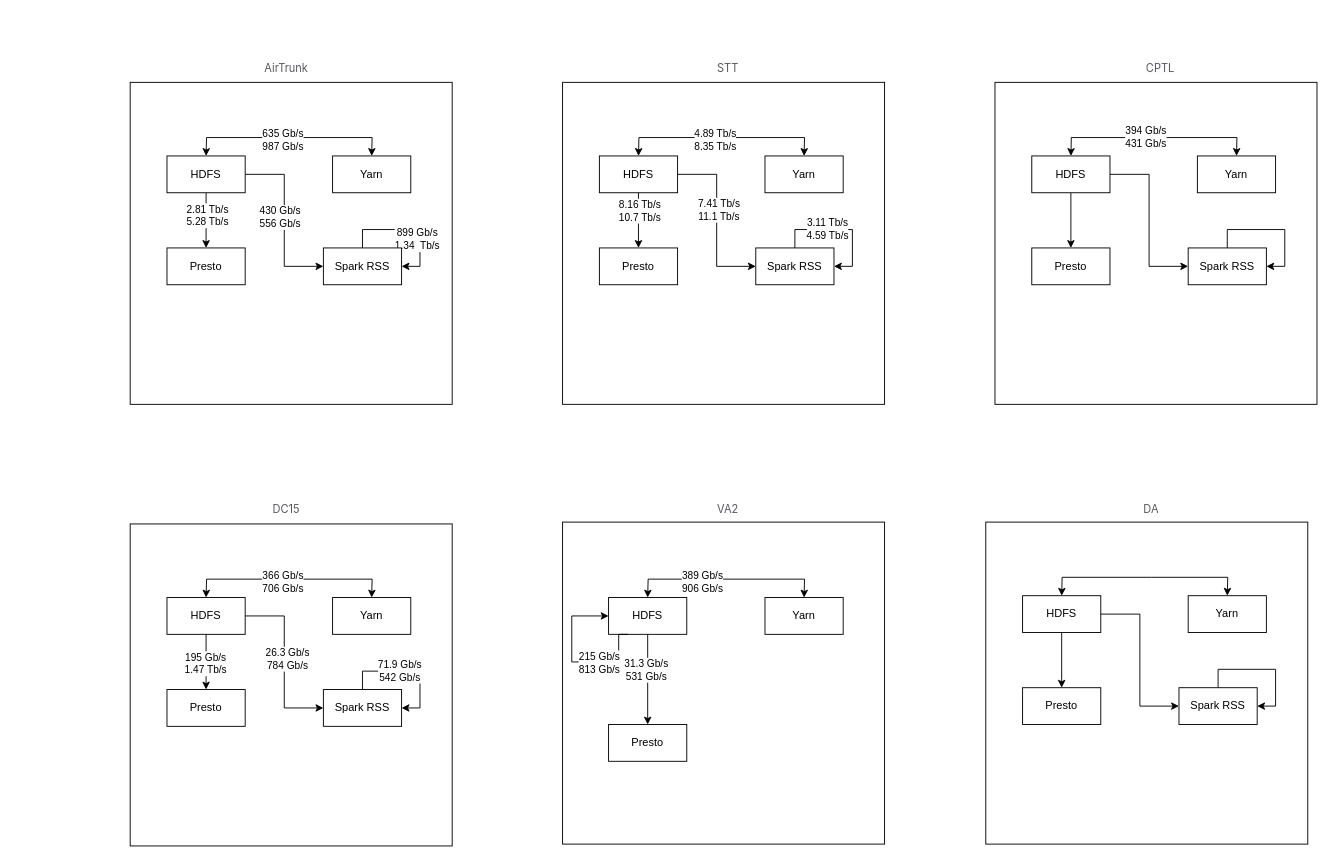
The draw.io diagram module_high_traffic.drawio in pretendhigh/diagrams, before the edit. Source tidied: cells renumbered, new cells numbered last; positions are measured from the earlier drawing's top-left corner, leaving out a move shared by most shapes. Both pictures are drawn from the tidied source at 92%, with x=0, y=0 at pixel (130, 54).
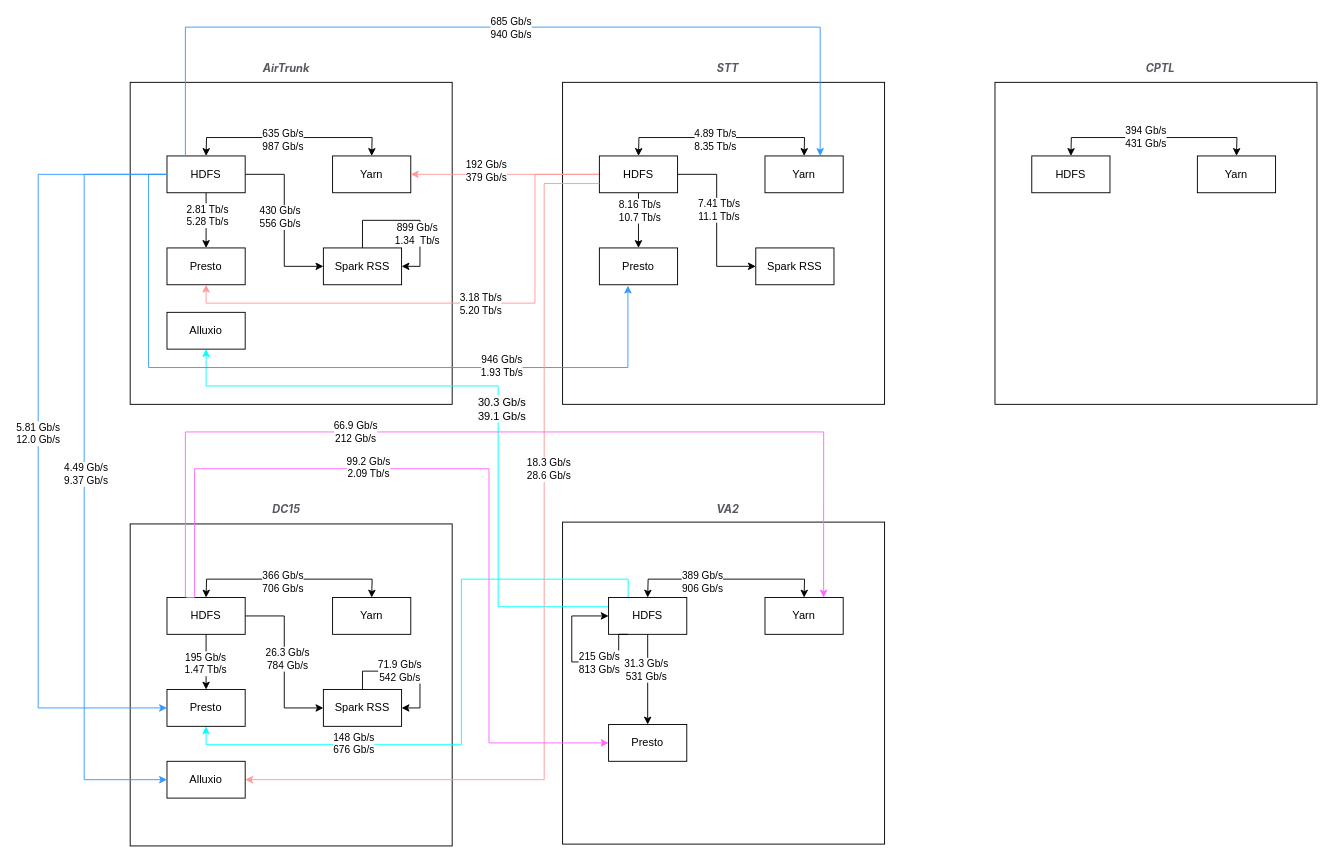
Above is the later version.

The change refers to these unchanged cells:
```xml
<mxCell id="8" value="HDFS" style="rounded=0;whiteSpace=wrap;html=1;" parent="1" vertex="1">
  <mxGeometry x="40" y="110" width="85" height="40" as="geometry" />
</mxCell>
<mxCell id="9" value="Yarn" style="rounded=0;whiteSpace=wrap;html=1;" parent="1" vertex="1">
  <mxGeometry x="220" y="110" width="85" height="40" as="geometry" />
</mxCell>
<mxCell id="10" value="Presto" style="rounded=0;whiteSpace=wrap;html=1;" parent="1" vertex="1">
  <mxGeometry x="40" y="210" width="85" height="40" as="geometry" />
</mxCell>
<mxCell id="13" value="Spark RSS" style="rounded=0;whiteSpace=wrap;html=1;" parent="1" vertex="1">
  <mxGeometry x="210" y="210" width="85" height="40" as="geometry" />
</mxCell>
<mxCell id="21" value="HDFS" style="rounded=0;whiteSpace=wrap;html=1;" parent="1" vertex="1">
  <mxGeometry x="510" y="110" width="85" height="40" as="geometry" />
</mxCell>
<mxCell id="23" value="Presto" style="rounded=0;whiteSpace=wrap;html=1;" parent="1" vertex="1">
  <mxGeometry x="510" y="210" width="85" height="40" as="geometry" />
</mxCell>
<mxCell id="26" value="Spark RSS" style="rounded=0;whiteSpace=wrap;html=1;" parent="1" vertex="1">
  <mxGeometry x="680" y="210" width="85" height="40" as="geometry" />
</mxCell>
<mxCell id="36" value="HDFS" style="rounded=0;whiteSpace=wrap;html=1;" parent="1" vertex="1">
  <mxGeometry x="40" y="590" width="85" height="40" as="geometry" />
</mxCell>
<mxCell id="38" value="Presto" style="rounded=0;whiteSpace=wrap;html=1;" parent="1" vertex="1">
  <mxGeometry x="40" y="690" width="85" height="40" as="geometry" />
</mxCell>
<mxCell id="47" value="HDFS" style="rounded=0;whiteSpace=wrap;html=1;" parent="1" vertex="1">
  <mxGeometry x="520" y="590" width="85" height="40" as="geometry" />
</mxCell>
<mxCell id="48" value="Yarn" style="rounded=0;whiteSpace=wrap;html=1;" parent="1" vertex="1">
  <mxGeometry x="690" y="590" width="85" height="40" as="geometry" />
</mxCell>
<mxCell id="49" value="Presto" style="rounded=0;whiteSpace=wrap;html=1;" parent="1" vertex="1">
  <mxGeometry x="520" y="728" width="85" height="40" as="geometry" />
</mxCell>
<mxCell id="56" value="HDFS" style="rounded=0;whiteSpace=wrap;html=1;" parent="1" vertex="1">
  <mxGeometry x="980" y="110" width="85" height="40" as="geometry" />
</mxCell>
```

What changed in the source:
```diff
@@
-    <mxCell id="3" value="&lt;span style=&quot;color: rgb(87, 89, 97); font-family: -apple-system, &amp;quot;system-ui&amp;quot;, &amp;quot;PingFang SC&amp;quot;, &amp;quot;Microsoft YaHei&amp;quot;, &amp;quot;Helvetica Neue&amp;quot;, Arial; text-align: left; background-color: rgb(255, 255, 255);&quot;&gt;AirTrunk&lt;/span&gt;" style="text;strokeColor=none;align=center;fillColor=none;html=1;verticalAlign=middle;whiteSpace=wrap;rounded=0;" parent="1" vertex="1">
+    <mxCell id="3" value="&lt;span style=&quot;color: rgb(87, 89, 97); font-family: -apple-system, &amp;quot;system-ui&amp;quot;, &amp;quot;PingFang SC&amp;quot;, &amp;quot;Microsoft YaHei&amp;quot;, &amp;quot;Helvetica Neue&amp;quot;, Arial; text-align: left; background-color: rgb(255, 255, 255);&quot;&gt;&lt;i&gt;&lt;b&gt;AirTrunk&lt;/b&gt;&lt;/i&gt;&lt;/span&gt;" style="text;strokeColor=none;align=center;fillColor=none;html=1;verticalAlign=middle;whiteSpace=wrap;rounded=0;" parent="1" vertex="1">
       <mxGeometry x="140" width="60" height="30" as="geometry" />
     </mxCell>
@@
     <mxCell id="11" style="edgeStyle=orthogonalEdgeStyle;rounded=0;orthogonalLoop=1;jettySize=auto;html=1;entryX=1;entryY=0.5;entryDx=0;entryDy=0;" parent="1" edge="1" source="13" target="13">
-      <mxGeometry relative="1" as="geometry" />
+      <mxGeometry relative="1" as="geometry">
+        <Array as="points">
+          <mxPoint x="253" y="180" />
+          <mxPoint x="315" y="180" />
+          <mxPoint x="315" y="230" />
+        </Array>
+      </mxGeometry>
     </mxCell>
@@
+    <mxCell id="76" style="edgeStyle=orthogonalEdgeStyle;rounded=0;jettySize=auto;html=1;entryX=0.5;entryY=1;entryDx=0;entryDy=0;strokeColor=#FF9999;" parent="1" edge="1" source="21" target="10">
+      <mxGeometry relative="1" as="geometry">
+        <Array as="points">
+          <mxPoint x="440" y="130" />
+          <mxPoint x="440" y="270" />
+          <mxPoint x="83" y="270" />
+        </Array>
+      </mxGeometry>
+    </mxCell>
+    <mxCell id="77" value="3.18 Tb/s&lt;div&gt;5.20 Tb/s&lt;/div&gt;" style="edgeLabel;html=1;align=center;verticalAlign=middle;" parent="76" vertex="1">
+      <mxGeometry x="-0.08" relative="1" as="geometry" />
+    </mxCell>
+    <mxCell id="78" style="edgeStyle=orthogonalEdgeStyle;rounded=0;jettySize=auto;html=1;strokeColor=#FF9999;" parent="1" edge="1" source="21" target="9">
+      <mxGeometry relative="1" as="geometry" />
+    </mxCell>
+    <mxCell id="79" value="192 Gb/s&lt;div&gt;379 Gb/s&lt;/div&gt;" style="edgeLabel;html=1;align=center;verticalAlign=middle;" parent="78" vertex="1">
+      <mxGeometry x="0.21" y="-4" relative="1" as="geometry" />
+    </mxCell>
@@
-    <mxCell id="24" style="edgeStyle=orthogonalEdgeStyle;rounded=0;orthogonalLoop=1;jettySize=auto;html=1;entryX=1;entryY=0.5;entryDx=0;entryDy=0;" parent="1" edge="1" source="26" target="26">
-      <mxGeometry relative="1" as="geometry" />
-    </mxCell>
-    <mxCell id="25" value="3.11 Tb/s&lt;div&gt;4.59 Tb/s&lt;/div&gt;" style="edgeLabel;html=1;align=center;verticalAlign=middle;" parent="24" vertex="1">
-      <mxGeometry x="-0.24" y="1" relative="1" as="geometry">
-        <mxPoint x="1" as="offset" />
-      </mxGeometry>
-    </mxCell>
@@
-    <mxCell id="29" value="&lt;div style=&quot;text-align: left;&quot;&gt;&lt;font face=&quot;-apple-system, system-ui, PingFang SC, Microsoft YaHei, Helvetica Neue, Arial&quot; color=&quot;#575961&quot;&gt;&lt;span style=&quot;background-color: rgb(255, 255, 255);&quot;&gt;STT&lt;/span&gt;&lt;/font&gt;&lt;/div&gt;" style="text;strokeColor=none;align=center;fillColor=none;html=1;verticalAlign=middle;whiteSpace=wrap;rounded=0;" parent="1" vertex="1">
+    <mxCell id="29" value="&lt;div style=&quot;text-align: left;&quot;&gt;&lt;font face=&quot;-apple-system, system-ui, PingFang SC, Microsoft YaHei, Helvetica Neue, Arial&quot; color=&quot;#575961&quot;&gt;&lt;span style=&quot;background-color: rgb(255, 255, 255);&quot;&gt;&lt;i&gt;&lt;b&gt;STT&lt;/b&gt;&lt;/i&gt;&lt;/span&gt;&lt;/font&gt;&lt;/div&gt;" style="text;strokeColor=none;align=center;fillColor=none;html=1;verticalAlign=middle;whiteSpace=wrap;rounded=0;" parent="1" vertex="1">
       <mxGeometry x="620" width="60" height="30" as="geometry" />
     </mxCell>
@@
-    <mxCell id="31" value="&lt;div style=&quot;text-align: left;&quot;&gt;&lt;font face=&quot;-apple-system, system-ui, PingFang SC, Microsoft YaHei, Helvetica Neue, Arial&quot; color=&quot;#575961&quot;&gt;&lt;span style=&quot;background-color: rgb(255, 255, 255);&quot;&gt;DC15&lt;/span&gt;&lt;/font&gt;&lt;/div&gt;" style="text;strokeColor=none;align=center;fillColor=none;html=1;verticalAlign=middle;whiteSpace=wrap;rounded=0;" parent="1" vertex="1">
+    <mxCell id="31" value="&lt;div style=&quot;text-align: left;&quot;&gt;&lt;font face=&quot;-apple-system, system-ui, PingFang SC, Microsoft YaHei, Helvetica Neue, Arial&quot; color=&quot;#575961&quot;&gt;&lt;span style=&quot;background-color: rgb(255, 255, 255);&quot;&gt;&lt;i&gt;&lt;b&gt;DC15&lt;/b&gt;&lt;/i&gt;&lt;/span&gt;&lt;/font&gt;&lt;/div&gt;" style="text;strokeColor=none;align=center;fillColor=none;html=1;verticalAlign=middle;whiteSpace=wrap;rounded=0;" parent="1" vertex="1">
       <mxGeometry x="140" y="480" width="60" height="30" as="geometry" />
     </mxCell>
@@
+    <mxCell id="80" style="edgeStyle=orthogonalEdgeStyle;rounded=0;jettySize=auto;html=1;entryX=0.5;entryY=1;entryDx=0;entryDy=0;exitX=0;exitY=0.25;exitDx=0;exitDy=0;strokeColor=#00FFFF;" parent="1" edge="1" source="47" target="99">
+      <mxGeometry relative="1" as="geometry">
+        <Array as="points">
+          <mxPoint x="400" y="600" />
+          <mxPoint x="400" y="360" />
+          <mxPoint x="83" y="360" />
+        </Array>
+      </mxGeometry>
+    </mxCell>
+    <mxCell id="81" value="&lt;span style=&quot;font-size: 12px; background-color: rgb(251, 251, 251);&quot;&gt;30.3 Gb/s&lt;/span&gt;&lt;div style=&quot;font-size: 12px; background-color: rgb(251, 251, 251);&quot;&gt;39.1 Gb/s&lt;/div&gt;" style="edgeLabel;html=1;align=center;verticalAlign=middle;" parent="80" vertex="1">
+      <mxGeometry x="-0.09" y="-3" relative="1" as="geometry">
+        <mxPoint y="-10" as="offset" />
+      </mxGeometry>
+    </mxCell>
+    <mxCell id="82" style="edgeStyle=orthogonalEdgeStyle;rounded=0;jettySize=auto;html=1;entryX=0.5;entryY=1;entryDx=0;entryDy=0;exitX=0.25;exitY=0;exitDx=0;exitDy=0;strokeColor=#00FFFF;" parent="1" edge="1" source="47" target="38">
+      <mxGeometry relative="1" as="geometry">
+        <Array as="points">
+          <mxPoint x="541" y="570" />
+          <mxPoint x="360" y="570" />
+          <mxPoint x="360" y="750" />
+          <mxPoint x="83" y="750" />
+        </Array>
+      </mxGeometry>
+    </mxCell>
+    <mxCell id="83" value="148 Gb/s&lt;div&gt;676 Gb/s&lt;/div&gt;" style="edgeLabel;html=1;align=center;verticalAlign=middle;" parent="82" vertex="1">
+      <mxGeometry x="0.47" y="-2" relative="1" as="geometry" />
+    </mxCell>
@@
-    <mxCell id="52" value="&lt;div style=&quot;text-align: left;&quot;&gt;&lt;font face=&quot;-apple-system, system-ui, PingFang SC, Microsoft YaHei, Helvetica Neue, Arial&quot; color=&quot;#575961&quot;&gt;&lt;span style=&quot;background-color: rgb(255, 255, 255);&quot;&gt;VA2&lt;/span&gt;&lt;/font&gt;&lt;/div&gt;" style="text;strokeColor=none;align=center;fillColor=none;html=1;verticalAlign=middle;whiteSpace=wrap;rounded=0;" parent="1" vertex="1">
+    <mxCell id="52" value="&lt;div style=&quot;text-align: left;&quot;&gt;&lt;font face=&quot;-apple-system, system-ui, PingFang SC, Microsoft YaHei, Helvetica Neue, Arial&quot; color=&quot;#575961&quot;&gt;&lt;span style=&quot;background-color: rgb(255, 255, 255);&quot;&gt;&lt;b&gt;&lt;i&gt;VA2&lt;/i&gt;&lt;/b&gt;&lt;/span&gt;&lt;/font&gt;&lt;/div&gt;" style="text;strokeColor=none;align=center;fillColor=none;html=1;verticalAlign=middle;whiteSpace=wrap;rounded=0;" parent="1" vertex="1">
       <mxGeometry x="620" y="480" width="60" height="30" as="geometry" />
     </mxCell>
@@
-    <mxCell id="54" style="edgeStyle=orthogonalEdgeStyle;rounded=0;jettySize=auto;html=1;" parent="1" edge="1" source="56" target="58">
-      <mxGeometry relative="1" as="geometry" />
-    </mxCell>
-    <mxCell id="55" style="edgeStyle=orthogonalEdgeStyle;rounded=0;jettySize=auto;html=1;entryX=0;entryY=0.5;entryDx=0;entryDy=0;" parent="1" edge="1" source="56" target="60">
-      <mxGeometry relative="1" as="geometry" />
-    </mxCell>
@@
-    <mxCell id="58" value="Presto" style="rounded=0;whiteSpace=wrap;html=1;" parent="1" vertex="1">
-      <mxGeometry x="980" y="210" width="85" height="40" as="geometry" />
-    </mxCell>
-    <mxCell id="59" style="edgeStyle=orthogonalEdgeStyle;rounded=0;orthogonalLoop=1;jettySize=auto;html=1;entryX=1;entryY=0.5;entryDx=0;entryDy=0;" parent="1" edge="1" source="60" target="60">
-      <mxGeometry relative="1" as="geometry" />
-    </mxCell>
-    <mxCell id="60" value="Spark RSS" style="rounded=0;whiteSpace=wrap;html=1;" parent="1" vertex="1">
-      <mxGeometry x="1150" y="210" width="85" height="40" as="geometry" />
-    </mxCell>
@@
-    <mxCell id="63" value="&lt;div style=&quot;text-align: left;&quot;&gt;&lt;font face=&quot;-apple-system, system-ui, PingFang SC, Microsoft YaHei, Helvetica Neue, Arial&quot; color=&quot;#575961&quot;&gt;&lt;span style=&quot;background-color: rgba(240, 241, 245, 0.24);&quot;&gt;CPTL&lt;/span&gt;&lt;/font&gt;&lt;/div&gt;" style="text;strokeColor=none;align=center;fillColor=none;html=1;verticalAlign=middle;whiteSpace=wrap;rounded=0;" parent="1" vertex="1">
+    <mxCell id="63" value="&lt;div style=&quot;text-align: left;&quot;&gt;&lt;font face=&quot;-apple-system, system-ui, PingFang SC, Microsoft YaHei, Helvetica Neue, Arial&quot; color=&quot;#575961&quot;&gt;&lt;span style=&quot;background-color: rgba(240, 241, 245, 0.24);&quot;&gt;&lt;i&gt;&lt;b&gt;CPTL&lt;/b&gt;&lt;/i&gt;&lt;/span&gt;&lt;/font&gt;&lt;/div&gt;" style="text;strokeColor=none;align=center;fillColor=none;html=1;verticalAlign=middle;whiteSpace=wrap;rounded=0;" parent="1" vertex="1">
       <mxGeometry x="1090" width="60" height="30" as="geometry" />
     </mxCell>
-    <mxCell id="64" style="whiteSpace=wrap;html=1;" parent="1" vertex="1">
-      <mxGeometry x="930" y="508" width="350" height="350" as="geometry" />
-    </mxCell>
-    <mxCell id="65" style="edgeStyle=orthogonalEdgeStyle;rounded=0;jettySize=auto;html=1;" parent="1" edge="1" source="67" target="69">
-      <mxGeometry relative="1" as="geometry" />
-    </mxCell>
-    <mxCell id="66" style="edgeStyle=orthogonalEdgeStyle;rounded=0;jettySize=auto;html=1;entryX=0;entryY=0.5;entryDx=0;entryDy=0;" parent="1" edge="1" source="67" target="71">
-      <mxGeometry relative="1" as="geometry" />
-    </mxCell>
-    <mxCell id="67" value="HDFS" style="rounded=0;whiteSpace=wrap;html=1;" parent="1" vertex="1">
-      <mxGeometry x="970" y="588" width="85" height="40" as="geometry" />
-    </mxCell>
-    <mxCell id="68" value="Yarn" style="rounded=0;whiteSpace=wrap;html=1;" parent="1" vertex="1">
-      <mxGeometry x="1150" y="588" width="85" height="40" as="geometry" />
-    </mxCell>
-    <mxCell id="69" value="Presto" style="rounded=0;whiteSpace=wrap;html=1;" parent="1" vertex="1">
-      <mxGeometry x="970" y="688" width="85" height="40" as="geometry" />
-    </mxCell>
-    <mxCell id="70" style="edgeStyle=orthogonalEdgeStyle;rounded=0;orthogonalLoop=1;jettySize=auto;html=1;entryX=1;entryY=0.5;entryDx=0;entryDy=0;" parent="1" edge="1" source="71" target="71">
-      <mxGeometry relative="1" as="geometry" />
-    </mxCell>
-    <mxCell id="71" value="Spark RSS" style="rounded=0;whiteSpace=wrap;html=1;" parent="1" vertex="1">
-      <mxGeometry x="1140" y="688" width="85" height="40" as="geometry" />
-    </mxCell>
-    <mxCell id="72" style="endArrow=classic;startArrow=classic;html=1;rounded=0;exitX=0.5;exitY=0;exitDx=0;exitDy=0;entryX=0.5;entryY=0;entryDx=0;entryDy=0;" parent="1" edge="1" source="67" target="68">
-      <mxGeometry relative="1" as="geometry">
-        <Array as="points">
-          <mxPoint x="1013" y="568" />
-          <mxPoint x="1110" y="568" />
-          <mxPoint x="1193" y="568" />
-        </Array>
-      </mxGeometry>
-    </mxCell>
-    <mxCell id="73" value="&lt;div style=&quot;text-align: left;&quot;&gt;&lt;font face=&quot;-apple-system, system-ui, PingFang SC, Microsoft YaHei, Helvetica Neue, Arial&quot; color=&quot;#575961&quot;&gt;&lt;span style=&quot;background-color: rgb(255, 255, 255);&quot;&gt;DA&lt;/span&gt;&lt;/font&gt;&lt;br&gt;&lt;/div&gt;" style="text;strokeColor=none;align=center;fillColor=none;html=1;verticalAlign=middle;whiteSpace=wrap;rounded=0;" parent="1" vertex="1">
-      <mxGeometry x="1080" y="480" width="60" height="30" as="geometry" />
-    </mxCell>
@@
+    <mxCell id="84" style="edgeStyle=orthogonalEdgeStyle;rounded=0;jettySize=auto;html=1;exitX=0.25;exitY=0;exitDx=0;exitDy=0;fillColor=#00FFFF;strokeColor=#3399FF;" parent="1" edge="1" source="8">
+      <mxGeometry relative="1" as="geometry">
+        <mxPoint x="750" y="110" as="targetPoint" />
+        <Array as="points">
+          <mxPoint x="60" y="110" />
+          <mxPoint x="60" y="-30" />
+          <mxPoint x="750" y="-30" />
+        </Array>
+      </mxGeometry>
+    </mxCell>
+    <mxCell id="85" value="685 Gb/s&lt;div&gt;940 Gb/s&lt;/div&gt;" style="edgeLabel;html=1;align=center;verticalAlign=middle;" parent="84" vertex="1">
+      <mxGeometry x="0.02" relative="1" as="geometry" />
+    </mxCell>
+    <mxCell id="86" style="edgeStyle=orthogonalEdgeStyle;rounded=0;jettySize=auto;html=1;entryX=0.365;entryY=1.025;entryDx=0;entryDy=0;entryPerimeter=0;strokeColor=#3399FF;" parent="1" edge="1" source="8" target="23">
+      <mxGeometry relative="1" as="geometry">
+        <Array as="points">
+          <mxPoint x="20" y="130" />
+          <mxPoint x="20" y="340" />
+          <mxPoint x="541" y="340" />
+        </Array>
+      </mxGeometry>
+    </mxCell>
+    <mxCell id="87" value="946 Gb/s&lt;div&gt;1.93 Tb/s&lt;/div&gt;" style="edgeLabel;html=1;align=center;verticalAlign=middle;" parent="86" vertex="1">
+      <mxGeometry x="0.46" y="2" relative="1" as="geometry" />
+    </mxCell>
+    <mxCell id="88" style="edgeStyle=orthogonalEdgeStyle;rounded=0;jettySize=auto;html=1;entryX=0;entryY=0.5;entryDx=0;entryDy=0;strokeColor=#3399FF;" parent="1" edge="1" source="8" target="38">
+      <mxGeometry relative="1" as="geometry">
+        <Array as="points">
+          <mxPoint x="-100" y="130" />
+          <mxPoint x="-100" y="710" />
+        </Array>
+      </mxGeometry>
+    </mxCell>
+    <mxCell id="89" value="5.81 Gb/s&lt;div&gt;12.0 Gb/s&lt;/div&gt;" style="edgeLabel;html=1;align=center;verticalAlign=middle;" parent="88" vertex="1">
+      <mxGeometry x="-0.02" y="-1" relative="1" as="geometry" />
+    </mxCell>
+    <mxCell id="90" value="Alluxio" style="rounded=0;whiteSpace=wrap;html=1;" parent="1" vertex="1">
+      <mxGeometry x="40" y="768" width="85" height="40" as="geometry" />
+    </mxCell>
+    <mxCell id="91" style="edgeStyle=orthogonalEdgeStyle;rounded=0;jettySize=auto;html=1;entryX=0;entryY=0.5;entryDx=0;entryDy=0;strokeColor=#3399FF;" parent="1" edge="1" source="8" target="90">
+      <mxGeometry relative="1" as="geometry">
+        <Array as="points">
+          <mxPoint x="-50" y="130" />
+          <mxPoint x="-50" y="788" />
+        </Array>
+      </mxGeometry>
+    </mxCell>
+    <mxCell id="92" value="4.49 Gb/s&lt;div&gt;9.37 Gb/s&lt;/div&gt;" style="edgeLabel;html=1;align=center;verticalAlign=middle;" parent="91" vertex="1">
+      <mxGeometry x="-0.01" y="1" relative="1" as="geometry" />
+    </mxCell>
+    <mxCell id="93" style="edgeStyle=orthogonalEdgeStyle;rounded=0;jettySize=auto;html=1;entryX=1;entryY=0.5;entryDx=0;entryDy=0;exitX=0;exitY=0.75;exitDx=0;exitDy=0;strokeColor=#FF9999;" parent="1" edge="1" source="21" target="90">
+      <mxGeometry relative="1" as="geometry">
+        <Array as="points">
+          <mxPoint x="450" y="140" />
+          <mxPoint x="450" y="788" />
+        </Array>
+      </mxGeometry>
+    </mxCell>
+    <mxCell id="94" value="18.3 Gb/s&lt;div&gt;28.6 Gb/s&lt;/div&gt;" style="edgeLabel;html=1;align=center;verticalAlign=middle;" parent="93" vertex="1">
+      <mxGeometry x="-0.09" y="4" relative="1" as="geometry">
+        <mxPoint y="-100" as="offset" />
+      </mxGeometry>
+    </mxCell>
+    <mxCell id="95" style="edgeStyle=orthogonalEdgeStyle;rounded=0;jettySize=auto;html=1;entryX=0;entryY=0.5;entryDx=0;entryDy=0;exitX=0.25;exitY=0;exitDx=0;exitDy=0;strokeColor=#FF66FF;" parent="1" edge="1" source="36" target="49">
+      <mxGeometry relative="1" as="geometry">
+        <Array as="points">
+          <mxPoint x="70" y="590" />
+          <mxPoint x="70" y="450" />
+          <mxPoint x="390" y="450" />
+          <mxPoint x="390" y="748" />
+        </Array>
+      </mxGeometry>
+    </mxCell>
+    <mxCell id="96" value="99.2 Gb/s&lt;div&gt;2.09 Tb/s&lt;/div&gt;" style="edgeLabel;html=1;align=center;verticalAlign=middle;" parent="95" vertex="1">
+      <mxGeometry x="-0.25" y="2" relative="1" as="geometry">
+        <mxPoint x="1" as="offset" />
+      </mxGeometry>
+    </mxCell>
+    <mxCell id="97" style="edgeStyle=orthogonalEdgeStyle;rounded=0;jettySize=auto;html=1;entryX=0.75;entryY=0;entryDx=0;entryDy=0;strokeColor=#FF66FF;" parent="1" edge="1" source="36" target="48">
+      <mxGeometry relative="1" as="geometry">
+        <Array as="points">
+          <mxPoint x="60" y="410" />
+          <mxPoint x="754" y="410" />
+        </Array>
+      </mxGeometry>
+    </mxCell>
+    <mxCell id="98" value="66.9 Gb/s&lt;div&gt;212 Gb/s&lt;/div&gt;" style="edgeLabel;html=1;align=center;verticalAlign=middle;" parent="97" vertex="1">
+      <mxGeometry x="-0.31" y="1" relative="1" as="geometry" />
+    </mxCell>
+    <mxCell id="99" value="Alluxio" style="rounded=0;whiteSpace=wrap;html=1;" parent="1" vertex="1">
+      <mxGeometry x="40" y="280" width="85" height="40" as="geometry" />
+    </mxCell>
```
